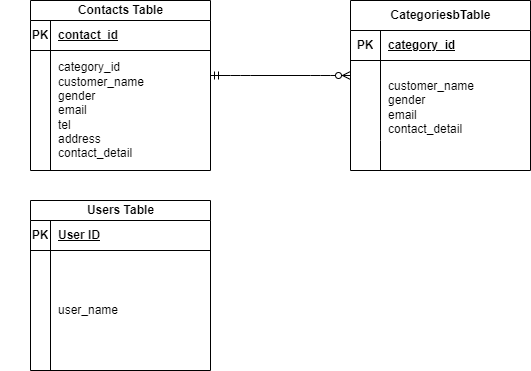
Above: ER.drawio.png in hmgit-git/hm-kadai1 (draw.io), before the change. Source tidied: cells renumbered, new cells last; positions are measured from the earlier drawing's top-left corner, leaving out a move shared by most shapes.
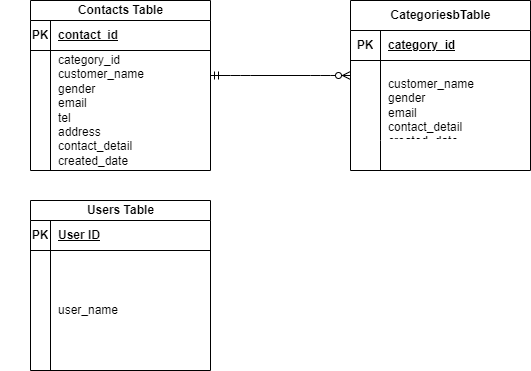
The same file after the commit.

What changed in the source:
```diff
@@ -20,7 +20,7 @@
     <mxCell id="7" style="shape=partialRectangle;fillColor=none;top=0;left=0;bottom=0;right=0;overflow=hidden;whiteSpace=wrap;html=1;" parent="6" vertex="1">
       <mxGeometry width="30" height="80" as="geometry" />
     </mxCell>
-    <mxCell id="8" value="&lt;br&gt;&lt;div&gt;&lt;span style=&quot;background-color: transparent;&quot;&gt;customer_name&lt;/span&gt;&lt;/div&gt;&lt;div&gt;gender&lt;/div&gt;&lt;div&gt;email&lt;/div&gt;&lt;div&gt;contact_detail&lt;/div&gt;" style="shape=partialRectangle;fillColor=none;top=0;left=0;bottom=0;right=0;align=left;spacingLeft=6;overflow=hidden;whiteSpace=wrap;html=1;" parent="6" vertex="1">
+    <mxCell id="8" value="&lt;br&gt;&lt;div&gt;&lt;span style=&quot;background-color: transparent;&quot;&gt;customer_name&lt;/span&gt;&lt;/div&gt;&lt;div&gt;gender&lt;/div&gt;&lt;div&gt;email&lt;/div&gt;&lt;div&gt;contact_detail&lt;/div&gt;&lt;div&gt;created_date&lt;/div&gt;" style="shape=partialRectangle;fillColor=none;top=0;left=0;bottom=0;right=0;align=left;spacingLeft=6;overflow=hidden;whiteSpace=wrap;html=1;" parent="6" vertex="1">
       <mxGeometry x="30" width="150" height="80" as="geometry" />
     </mxCell>
     <mxCell id="9" style="shape=tableRow;horizontal=0;startSize=0;swimlaneHead=0;swimlaneBody=0;fillColor=none;top=0;left=0;right=0;bottom=0;" parent="2" vertex="1">
@@ -50,7 +50,7 @@
     <mxCell id="17" style="shape=partialRectangle;fillColor=none;top=0;left=0;bottom=0;right=0;overflow=hidden;whiteSpace=wrap;html=1;" parent="16" vertex="1">
       <mxGeometry width="20" height="120" as="geometry" />
     </mxCell>
-    <mxCell id="18" value="category_id&lt;div&gt;&lt;span style=&quot;background-color: transparent;&quot;&gt;customer_name&lt;/span&gt;&lt;/div&gt;&lt;div&gt;gender&lt;/div&gt;&lt;div&gt;email&lt;/div&gt;&lt;div&gt;tel&lt;/div&gt;&lt;div&gt;address&lt;/div&gt;&lt;div&gt;contact_detail&lt;/div&gt;" style="shape=partialRectangle;fillColor=none;top=0;left=0;bottom=0;right=0;align=left;spacingLeft=6;overflow=hidden;whiteSpace=wrap;html=1;" parent="16" vertex="1">
+    <mxCell id="18" value="category_id&lt;div&gt;&lt;span style=&quot;background-color: transparent;&quot;&gt;customer_name&lt;/span&gt;&lt;/div&gt;&lt;div&gt;gender&lt;/div&gt;&lt;div&gt;email&lt;/div&gt;&lt;div&gt;tel&lt;/div&gt;&lt;div&gt;address&lt;/div&gt;&lt;div&gt;contact_detail&lt;/div&gt;&lt;div&gt;created_date&lt;/div&gt;" style="shape=partialRectangle;fillColor=none;top=0;left=0;bottom=0;right=0;align=left;spacingLeft=6;overflow=hidden;whiteSpace=wrap;html=1;" parent="16" vertex="1">
       <mxGeometry x="20" width="160" height="120" as="geometry" />
     </mxCell>
     <mxCell id="19" style="edgeStyle=entityRelationEdgeStyle;fontSize=12;html=1;endArrow=ERzeroToMany;startArrow=ERmandOne;entryX=0;entryY=0;entryDx=0;entryDy=0;entryPerimeter=0;" parent="1" edge="1">
```
